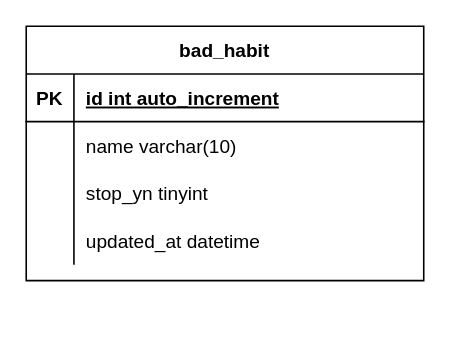
This is 제목 없는 다이어그램.drawio from Minami0717/ERD, a draw.io file, before an edit. Source tidied: cells renumbered, new cells numbered last; positions are measured from the earlier drawing's top-left corner, leaving out a move shared by most shapes. Both pictures are drawn from the tidied source at 159%, with x=0, y=0 at pixel (25, 25).
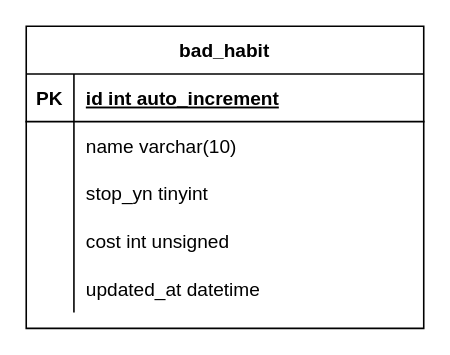
The same diagram, later.

Commit message:
제목 없는 다이어그램.drawio 업데이트

Diff of the diagram source:
```diff
@@
 <mxGraphModel>
   <root>
     <mxCell id="0" />
     <mxCell id="1" parent="0" />
     <mxCell id="2" value="bad_habit" style="shape=table;startSize=30;childLayout=tableLayout;rowLines=0;fontStyle=1;align=center;" parent="1" vertex="1">
-      <mxGeometry width="250" height="160" as="geometry" />
+      <mxGeometry width="250" height="190" as="geometry" />
     </mxCell>
     <mxCell id="3" style="shape=partialRectangle;fillColor=none;top=0;left=0;right=0;bottom=1;" parent="2" vertex="1">
       <mxGeometry y="30" width="250" height="30" as="geometry" />
     </mxCell>
     <mxCell id="4" value="PK" style="shape=partialRectangle;overflow=hidden;fillColor=none;top=0;left=0;bottom=0;right=0;fontStyle=1;" parent="3" vertex="1">
       <mxGeometry width="30" height="30" as="geometry" />
     </mxCell>
     <mxCell id="5" value="id int auto_increment" style="shape=partialRectangle;overflow=hidden;fillColor=none;top=0;left=0;bottom=0;right=0;align=left;spacingLeft=6;fontStyle=5;" parent="3" vertex="1">
       <mxGeometry x="30" width="220" height="30" as="geometry" />
     </mxCell>
     <mxCell id="6" style="shape=partialRectangle;fillColor=none;top=0;left=0;right=0;bottom=0;" parent="2" vertex="1">
       <mxGeometry y="60" width="250" height="30" as="geometry" />
     </mxCell>
     <mxCell id="7" style="shape=partialRectangle;overflow=hidden;fillColor=none;top=0;left=0;bottom=0;right=0;" parent="6" vertex="1">
       <mxGeometry width="30" height="30" as="geometry" />
     </mxCell>
     <mxCell id="8" value="name varchar(10)" style="shape=partialRectangle;overflow=hidden;fillColor=none;top=0;left=0;bottom=0;right=0;align=left;spacingLeft=6;" parent="6" vertex="1">
       <mxGeometry x="30" width="220" height="30" as="geometry" />
     </mxCell>
     <mxCell id="9" style="shape=partialRectangle;fillColor=none;top=0;left=0;right=0;bottom=0;" parent="2" vertex="1">
       <mxGeometry y="90" width="250" height="30" as="geometry" />
     </mxCell>
     <mxCell id="10" style="shape=partialRectangle;overflow=hidden;fillColor=none;top=0;left=0;bottom=0;right=0;" parent="9" vertex="1">
       <mxGeometry width="30" height="30" as="geometry" />
     </mxCell>
     <mxCell id="11" value="stop_yn tinyint" style="shape=partialRectangle;overflow=hidden;fillColor=none;top=0;left=0;bottom=0;right=0;align=left;spacingLeft=6;" parent="9" vertex="1">
       <mxGeometry x="30" width="220" height="30" as="geometry" />
     </mxCell>
+    <mxCell id="15" style="shape=partialRectangle;fillColor=none;top=0;left=0;right=0;bottom=0;" parent="2" vertex="1">
+      <mxGeometry y="120" width="250" height="30" as="geometry" />
+    </mxCell>
+    <mxCell id="16" style="shape=partialRectangle;overflow=hidden;fillColor=none;top=0;left=0;bottom=0;right=0;" parent="15" vertex="1">
+      <mxGeometry width="30" height="30" as="geometry" />
+    </mxCell>
+    <mxCell id="17" value="cost int unsigned" style="shape=partialRectangle;overflow=hidden;fillColor=none;top=0;left=0;bottom=0;right=0;align=left;spacingLeft=6;" parent="15" vertex="1">
+      <mxGeometry x="30" width="220" height="30" as="geometry" />
+    </mxCell>
     <mxCell id="12" style="shape=partialRectangle;fillColor=none;top=0;left=0;right=0;bottom=0;" parent="2" vertex="1">
-      <mxGeometry y="120" width="250" height="30" as="geometry" />
+      <mxGeometry y="150" width="250" height="30" as="geometry" />
     </mxCell>
     <mxCell id="13" style="shape=partialRectangle;overflow=hidden;fillColor=none;top=0;left=0;bottom=0;right=0;" parent="12" vertex="1">
       <mxGeometry width="30" height="30" as="geometry" />
     </mxCell>
     <mxCell id="14" value="updated_at datetime" style="shape=partialRectangle;overflow=hidden;fillColor=none;top=0;left=0;bottom=0;right=0;align=left;spacingLeft=6;" parent="12" vertex="1">
       <mxGeometry x="30" width="220" height="30" as="geometry" />
     </mxCell>
   </root>
 </mxGraphModel>
```
